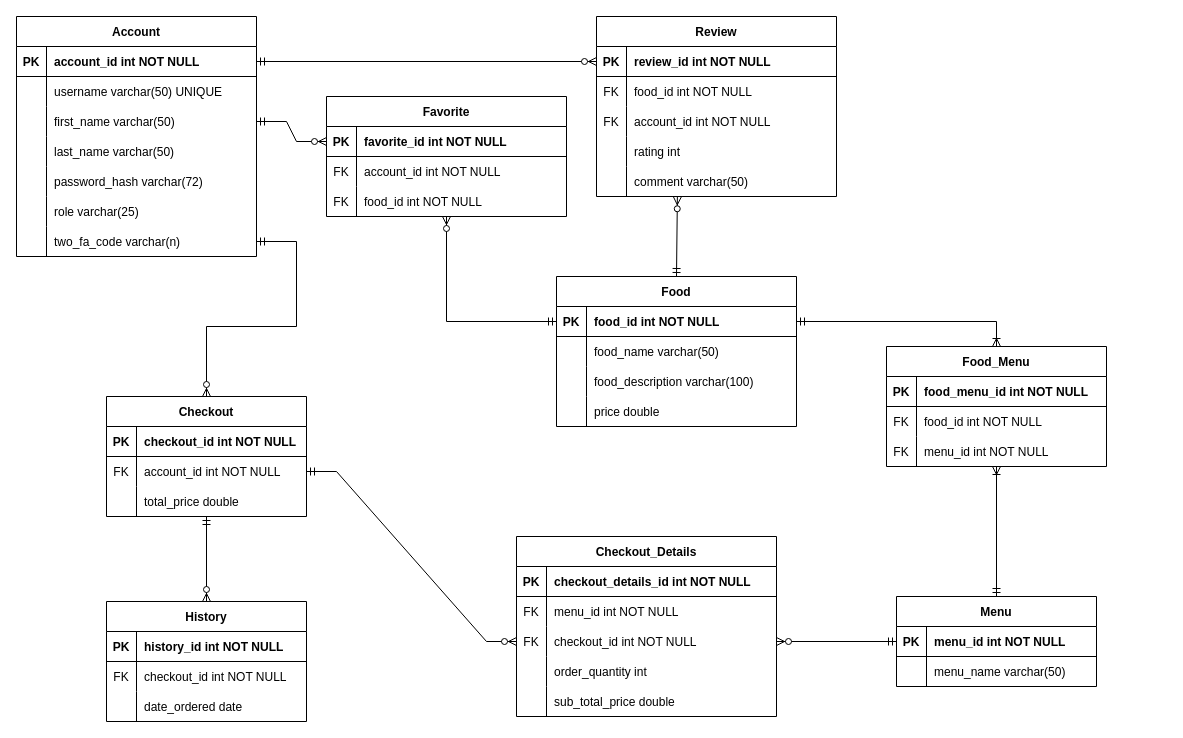
This is ERD and stuff/JustinSolutionERD.drawio from Smuglyak/EcommerceProject, a draw.io file, before an edit. Source tidied: cells renumbered, new cells numbered last; positions are measured from the earlier drawing's top-left corner, leaving out a move shared by most shapes. Both pictures are drawn from the tidied source at 100%, with x=0, y=0 at pixel (16, 16).
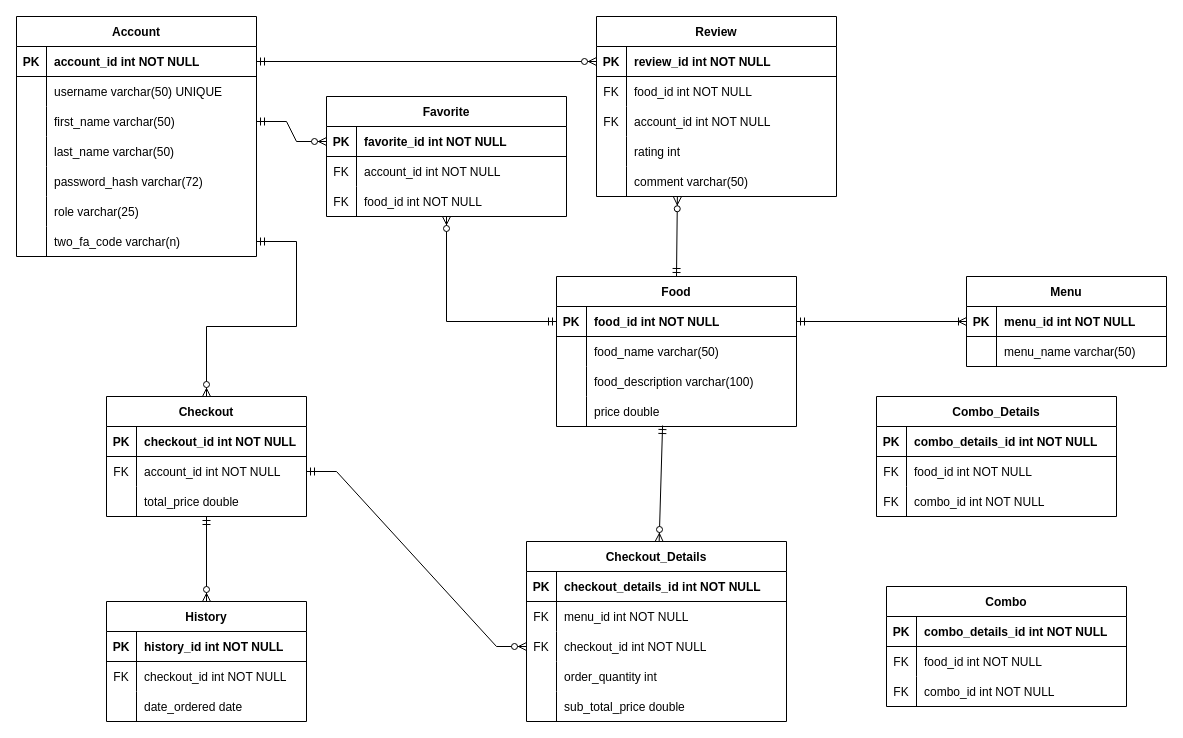
The same diagram, later.

The change refers to these unchanged cells:
```xml
<mxCell id="25" style="shape=tableRow;horizontal=0;startSize=0;swimlaneHead=0;swimlaneBody=0;fillColor=none;points=[[0,0.5],[1,0.5]];portConstraint=eastwest;top=0;left=0;right=0;bottom=1;" parent="24" vertex="1">
  <mxGeometry y="30" width="240" height="30" as="geometry" />
</mxCell>
<mxCell id="34" style="shape=tableRow;horizontal=0;startSize=0;swimlaneHead=0;swimlaneBody=0;fillColor=none;points=[[0,0.5],[1,0.5]];portConstraint=eastwest;top=0;left=0;right=0;bottom=0;" parent="24" vertex="1">
  <mxGeometry y="120" width="240" height="30" as="geometry" />
</mxCell>
<mxCell id="38" style="shape=tableRow;horizontal=0;startSize=0;swimlaneHead=0;swimlaneBody=0;fillColor=none;points=[[0,0.5],[1,0.5]];portConstraint=eastwest;top=0;left=0;right=0;bottom=1;" parent="37" vertex="1">
  <mxGeometry y="30" width="200" height="30" as="geometry" />
</mxCell>
<mxCell id="51" style="shape=tableRow;horizontal=0;startSize=0;swimlaneHead=0;swimlaneBody=0;fillColor=none;points=[[0,0.5],[1,0.5]];portConstraint=eastwest;top=0;left=0;right=0;bottom=0;" parent="44" vertex="1">
  <mxGeometry y="90" width="260" height="30" as="geometry" />
</mxCell>
```

Change to the diagram source:
```diff
@@
     <mxCell id="37" value="Menu" style="shape=table;startSize=30;childLayout=tableLayout;rowLines=0;fontStyle=1;align=center;" parent="1" vertex="1">
-      <mxGeometry x="880" y="580" width="200" height="90" as="geometry" />
+      <mxGeometry x="950" y="260" width="200" height="90" as="geometry" />
     </mxCell>
@@
     <mxCell id="44" value="Checkout_Details" style="shape=table;startSize=30;childLayout=tableLayout;rowLines=0;fontStyle=1;align=center;" parent="1" vertex="1">
-      <mxGeometry x="500" y="520" width="260" height="180" as="geometry" />
+      <mxGeometry x="510" y="525" width="260" height="180" as="geometry" />
     </mxCell>
@@
-    <mxCell id="83" style="fontSize=12;html=1;endArrow=ERzeroToMany;startArrow=ERmandOne;rounded=0;exitX=0;exitY=0.5;exitDx=0;exitDy=0;entryX=1;entryY=0.5;entryDx=0;entryDy=0;" parent="1" edge="1" source="38" target="51">
+    <mxCell id="83" style="fontSize=12;html=1;endArrow=ERzeroToMany;startArrow=ERmandOne;rounded=0;exitX=0.442;exitY=0.967;exitDx=0;exitDy=0;exitPerimeter=0;" parent="1" edge="1" source="34" target="44">
       <mxGeometry relative="1" as="geometry" />
     </mxCell>
@@
-    <mxCell id="114" value="Food_Menu" style="shape=table;startSize=30;childLayout=tableLayout;rowLines=0;fontStyle=1;align=center;" parent="1" vertex="1">
-      <mxGeometry x="870" y="330" width="220" height="120" as="geometry" />
+    <mxCell id="114" value="Combo_Details" style="shape=table;startSize=30;childLayout=tableLayout;rowLines=0;fontStyle=1;align=center;" parent="1" vertex="1">
+      <mxGeometry x="860" y="380" width="240" height="120" as="geometry" />
     </mxCell>
     <mxCell id="115" style="shape=tableRow;horizontal=0;startSize=0;swimlaneHead=0;swimlaneBody=0;fillColor=none;top=0;left=0;right=0;bottom=1;" parent="114" vertex="1">
-      <mxGeometry y="30" width="220" height="30" as="geometry" />
+      <mxGeometry y="30" width="240" height="30" as="geometry" />
     </mxCell>
@@
-    <mxCell id="117" value="food_menu_id int NOT NULL" style="shape=partialRectangle;fillColor=none;top=0;left=0;bottom=0;right=0;align=left;spacingLeft=6;fontStyle=1;overflow=hidden;" parent="115" vertex="1">
-      <mxGeometry x="30" width="190" height="30" as="geometry" />
+    <mxCell id="117" value="combo_details_id int NOT NULL" style="shape=partialRectangle;fillColor=none;top=0;left=0;bottom=0;right=0;align=left;spacingLeft=6;fontStyle=1;overflow=hidden;" parent="115" vertex="1">
+      <mxGeometry x="30" width="210" height="30" as="geometry" />
     </mxCell>
     <mxCell id="118" style="shape=tableRow;horizontal=0;startSize=0;swimlaneHead=0;swimlaneBody=0;fillColor=none;top=0;left=0;right=0;bottom=0;" parent="114" vertex="1">
-      <mxGeometry y="60" width="220" height="30" as="geometry" />
+      <mxGeometry y="60" width="240" height="30" as="geometry" />
     </mxCell>
@@
     <mxCell id="120" value="food_id int NOT NULL" style="shape=partialRectangle;fillColor=none;top=0;left=0;bottom=0;right=0;align=left;spacingLeft=6;overflow=hidden;" parent="118" vertex="1">
-      <mxGeometry x="30" width="190" height="30" as="geometry" />
+      <mxGeometry x="30" width="210" height="30" as="geometry" />
     </mxCell>
     <mxCell id="121" style="shape=tableRow;horizontal=0;startSize=0;swimlaneHead=0;swimlaneBody=0;fillColor=none;points=[[0,0.5],[1,0.5]];portConstraint=eastwest;top=0;left=0;right=0;bottom=0;" parent="114" vertex="1">
-      <mxGeometry y="90" width="220" height="30" as="geometry" />
+      <mxGeometry y="90" width="240" height="30" as="geometry" />
     </mxCell>
@@
-    <mxCell id="123" value="menu_id int NOT NULL" style="shape=partialRectangle;fillColor=none;top=0;left=0;bottom=0;right=0;align=left;spacingLeft=6;overflow=hidden;" parent="121" vertex="1">
-      <mxGeometry x="30" width="190" height="30" as="geometry" />
+    <mxCell id="123" value="combo_id int NOT NULL" style="shape=partialRectangle;fillColor=none;top=0;left=0;bottom=0;right=0;align=left;spacingLeft=6;overflow=hidden;" parent="121" vertex="1">
+      <mxGeometry x="30" width="210" height="30" as="geometry" />
     </mxCell>
-    <mxCell id="124" style="edgeStyle=orthogonalEdgeStyle;fontSize=12;html=1;endArrow=ERoneToMany;startArrow=ERmandOne;rounded=0;exitX=1;exitY=0.5;exitDx=0;exitDy=0;" parent="1" edge="1" source="25" target="114">
+    <mxCell id="124" style="fontSize=12;html=1;endArrow=ERoneToMany;startArrow=ERmandOne;rounded=0;exitX=1;exitY=0.5;exitDx=0;exitDy=0;entryX=0;entryY=0.5;entryDx=0;entryDy=0;" parent="1" edge="1" source="25" target="38">
       <mxGeometry relative="1" as="geometry" />
     </mxCell>
-    <mxCell id="125" style="fontSize=12;html=1;endArrow=ERoneToMany;startArrow=ERmandOne;rounded=0;exitX=0.5;exitY=0;exitDx=0;exitDy=0;" parent="1" edge="1" source="37" target="121">
-      <mxGeometry relative="1" as="geometry" />
-    </mxCell>
+    <mxCell id="126" value="Combo" style="shape=table;startSize=30;childLayout=tableLayout;rowLines=0;fontStyle=1;align=center;" parent="1" vertex="1">
+      <mxGeometry x="870" y="570" width="240" height="120" as="geometry" />
+    </mxCell>
+    <mxCell id="127" style="shape=tableRow;horizontal=0;startSize=0;swimlaneHead=0;swimlaneBody=0;fillColor=none;top=0;left=0;right=0;bottom=1;" parent="126" vertex="1">
+      <mxGeometry y="30" width="240" height="30" as="geometry" />
+    </mxCell>
+    <mxCell id="128" value="PK" style="shape=partialRectangle;fillColor=none;top=0;left=0;bottom=0;right=0;fontStyle=1;overflow=hidden;" parent="127" vertex="1">
+      <mxGeometry width="30" height="30" as="geometry" />
+    </mxCell>
+    <mxCell id="129" value="combo_details_id int NOT NULL" style="shape=partialRectangle;fillColor=none;top=0;left=0;bottom=0;right=0;align=left;spacingLeft=6;fontStyle=1;overflow=hidden;" parent="127" vertex="1">
+      <mxGeometry x="30" width="210" height="30" as="geometry" />
+    </mxCell>
+    <mxCell id="130" style="shape=tableRow;horizontal=0;startSize=0;swimlaneHead=0;swimlaneBody=0;fillColor=none;top=0;left=0;right=0;bottom=0;" parent="126" vertex="1">
+      <mxGeometry y="60" width="240" height="30" as="geometry" />
+    </mxCell>
+    <mxCell id="131" value="FK" style="shape=partialRectangle;fillColor=none;top=0;left=0;bottom=0;right=0;overflow=hidden;" parent="130" vertex="1">
+      <mxGeometry width="30" height="30" as="geometry" />
+    </mxCell>
+    <mxCell id="132" value="food_id int NOT NULL" style="shape=partialRectangle;fillColor=none;top=0;left=0;bottom=0;right=0;align=left;spacingLeft=6;overflow=hidden;" parent="130" vertex="1">
+      <mxGeometry x="30" width="210" height="30" as="geometry" />
+    </mxCell>
+    <mxCell id="133" style="shape=tableRow;horizontal=0;startSize=0;swimlaneHead=0;swimlaneBody=0;fillColor=none;top=0;left=0;right=0;bottom=0;" parent="126" vertex="1">
+      <mxGeometry y="90" width="240" height="30" as="geometry" />
+    </mxCell>
+    <mxCell id="134" value="FK" style="shape=partialRectangle;fillColor=none;top=0;left=0;bottom=0;right=0;overflow=hidden;" parent="133" vertex="1">
+      <mxGeometry width="30" height="30" as="geometry" />
+    </mxCell>
+    <mxCell id="135" value="combo_id int NOT NULL" style="shape=partialRectangle;fillColor=none;top=0;left=0;bottom=0;right=0;align=left;spacingLeft=6;overflow=hidden;" parent="133" vertex="1">
+      <mxGeometry x="30" width="210" height="30" as="geometry" />
+    </mxCell>
```
